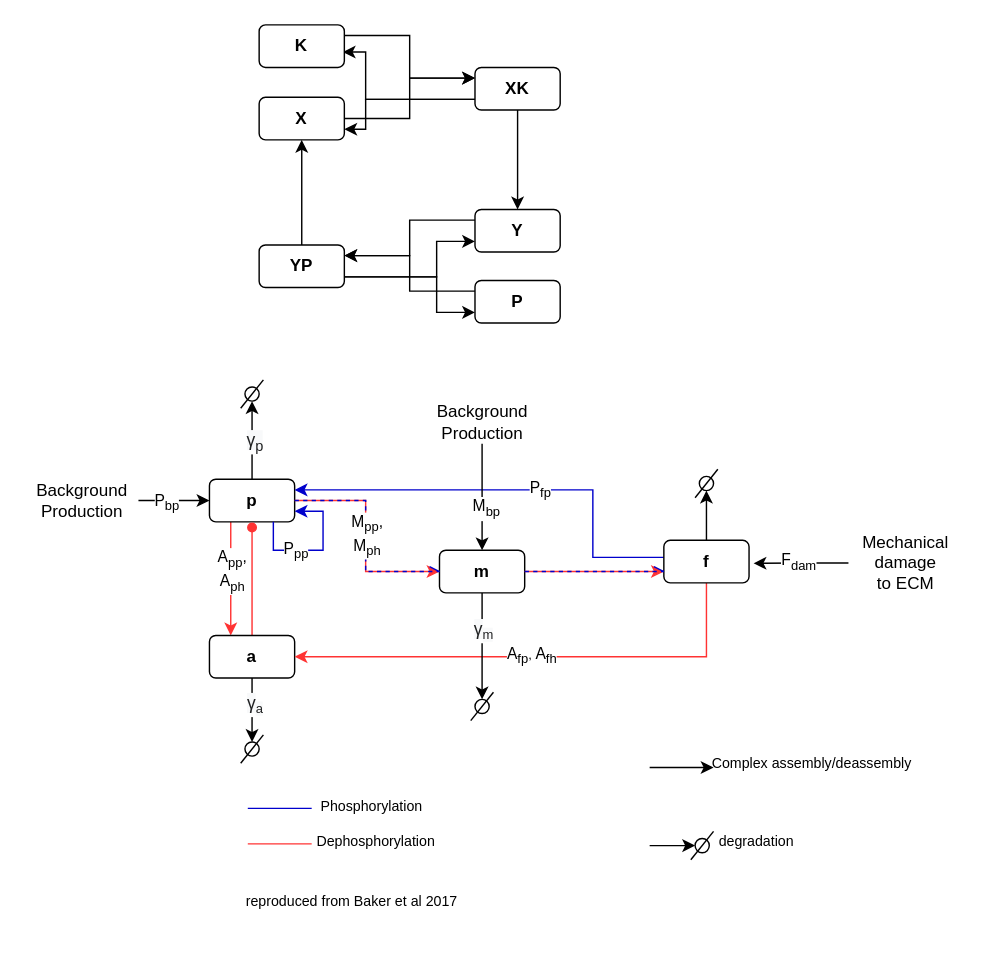
Before: diagrams/Model1.drawio in explodecomputer/DynaMR, a draw.io diagram. Source tidied: cells renumbered, new cells numbered last; positions are measured from the earlier drawing's top-left corner, leaving out a move shared by most shapes. Both pictures are drawn from the tidied source at 142%, with x=0, y=0 at pixel (24, 24).
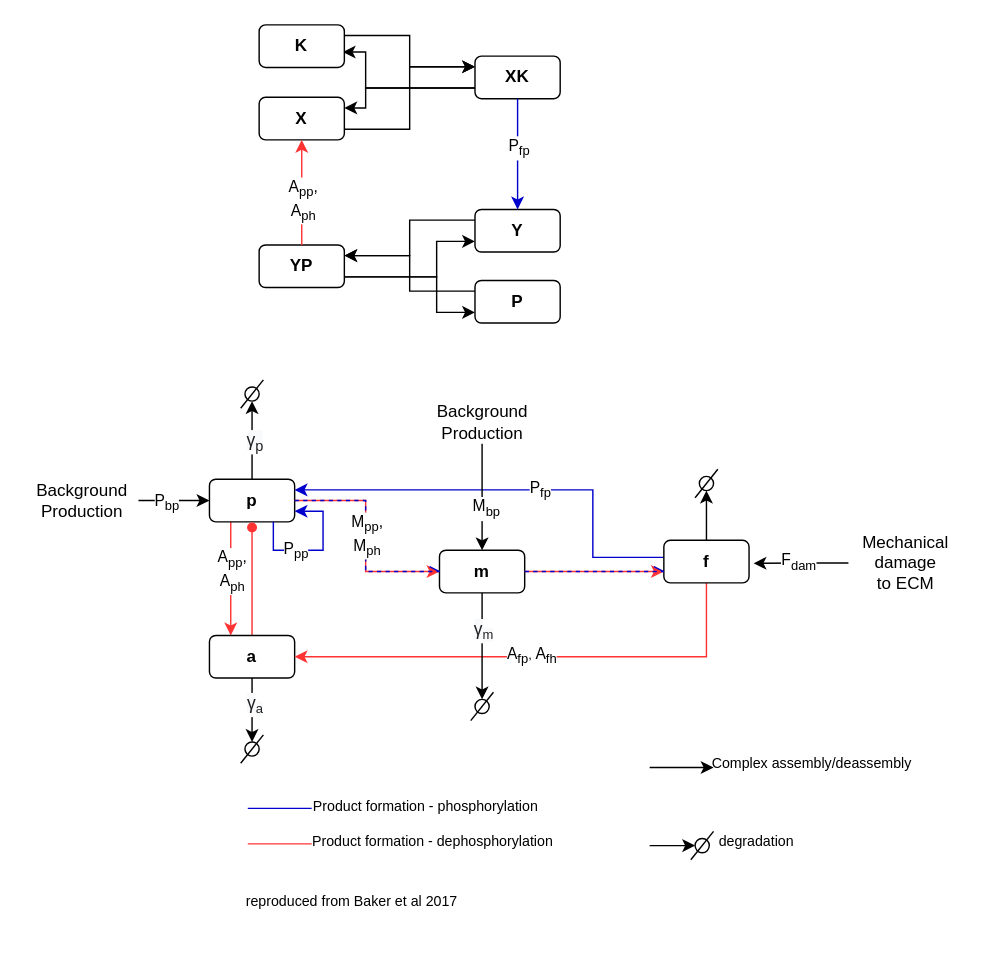
The same page after the edit.

Unchanged cells that the change refers to:
```xml
<mxCell id="56" value="&lt;b&gt;X&lt;/b&gt;" style="rounded=1;whiteSpace=wrap;html=1;" parent="1" vertex="1">
  <mxGeometry x="165" y="51" width="60" height="30" as="geometry" />
</mxCell>
<mxCell id="64" value="&lt;b&gt;YP&lt;/b&gt;" style="rounded=1;whiteSpace=wrap;html=1;" parent="1" vertex="1">
  <mxGeometry x="165" y="155" width="60" height="30" as="geometry" />
</mxCell>
<mxCell id="66" value="&lt;b&gt;Y&lt;/b&gt;" style="rounded=1;whiteSpace=wrap;html=1;" parent="1" vertex="1">
  <mxGeometry x="317" y="130" width="60" height="30" as="geometry" />
</mxCell>
<mxCell id="68" value="&lt;b&gt;K&lt;/b&gt;" style="rounded=1;whiteSpace=wrap;html=1;" parent="1" vertex="1">
  <mxGeometry x="165" width="60" height="30" as="geometry" />
</mxCell>
```

Diff of the diagram source:
```diff
@@
-    <mxCell id="42" value="&lt;div class=&quot;page&quot; title=&quot;Page 1&quot;&gt;&lt;div class=&quot;section&quot; style=&quot;background-color: rgb(255 , 255 , 255)&quot;&gt;&lt;div class=&quot;layoutArea&quot;&gt;&lt;div class=&quot;column&quot;&gt;&lt;p&gt;&lt;span style=&quot;font-family: &amp;#34;calibri&amp;#34;&quot;&gt;&lt;font style=&quot;font-size: 10px&quot;&gt;Phosphorylation&lt;/font&gt;&lt;/span&gt;&lt;/p&gt;&lt;/div&gt;&lt;/div&gt;&lt;/div&gt;&lt;/div&gt;" style="text;html=1;align=center;verticalAlign=middle;strokeColor=none;" parent="1" vertex="1">
-      <mxGeometry x="204" y="530" width="80" height="40" as="geometry" />
+    <mxCell id="42" value="&lt;div class=&quot;page&quot; title=&quot;Page 1&quot;&gt;&lt;div class=&quot;section&quot; style=&quot;background-color: rgb(255 , 255 , 255)&quot;&gt;&lt;div class=&quot;layoutArea&quot;&gt;&lt;div class=&quot;column&quot;&gt;&lt;p&gt;&lt;span style=&quot;font-family: &amp;#34;calibri&amp;#34;&quot;&gt;&lt;font style=&quot;font-size: 10px&quot;&gt;Product formation - phosphorylation&lt;/font&gt;&lt;/span&gt;&lt;/p&gt;&lt;/div&gt;&lt;/div&gt;&lt;/div&gt;&lt;/div&gt;" style="text;html=1;align=center;verticalAlign=middle;strokeColor=none;" parent="1" vertex="1">
+      <mxGeometry x="202" y="530" width="160" height="40" as="geometry" />
     </mxCell>
-    <mxCell id="43" value="&lt;div class=&quot;page&quot; title=&quot;Page 1&quot;&gt;&lt;div class=&quot;section&quot; style=&quot;background-color: rgb(255 , 255 , 255)&quot;&gt;&lt;div class=&quot;layoutArea&quot;&gt;&lt;div class=&quot;column&quot;&gt;&lt;p&gt;&lt;span style=&quot;font-family: &amp;#34;calibri&amp;#34;&quot;&gt;&lt;font style=&quot;font-size: 10px&quot;&gt;Dephosphorylation&lt;/font&gt;&lt;/span&gt;&lt;/p&gt;&lt;/div&gt;&lt;/div&gt;&lt;/div&gt;&lt;/div&gt;" style="text;html=1;align=center;verticalAlign=middle;strokeColor=none;" parent="1" vertex="1">
-      <mxGeometry x="202" y="555" width="90" height="40" as="geometry" />
+    <mxCell id="43" value="&lt;div class=&quot;page&quot; title=&quot;Page 1&quot;&gt;&lt;div class=&quot;section&quot; style=&quot;background-color: rgb(255 , 255 , 255)&quot;&gt;&lt;div class=&quot;layoutArea&quot;&gt;&lt;div class=&quot;column&quot;&gt;&lt;p&gt;&lt;span style=&quot;font-family: &amp;#34;calibri&amp;#34; ; font-size: 10px&quot;&gt;Product formation -&lt;/span&gt;&lt;span style=&quot;font-family: &amp;#34;calibri&amp;#34; ; font-size: 10px&quot;&gt;&amp;nbsp;d&lt;/span&gt;&lt;span style=&quot;font-family: &amp;#34;calibri&amp;#34;&quot;&gt;&lt;font style=&quot;font-size: 10px&quot;&gt;ephosphorylation&lt;/font&gt;&lt;/span&gt;&lt;/p&gt;&lt;/div&gt;&lt;/div&gt;&lt;/div&gt;&lt;/div&gt;" style="text;html=1;align=center;verticalAlign=middle;strokeColor=none;" parent="1" vertex="1">
+      <mxGeometry x="202" y="555" width="170" height="40" as="geometry" />
     </mxCell>
@@
-    <mxCell id="55" style="edgeStyle=orthogonalEdgeStyle;rounded=0;jettySize=auto;html=1;exitX=1;exitY=0.5;exitDx=0;exitDy=0;entryX=0;entryY=0.25;entryDx=0;entryDy=0;" parent="1" edge="1" source="56" target="60">
+    <mxCell id="55" style="edgeStyle=orthogonalEdgeStyle;rounded=0;jettySize=auto;html=1;exitX=1;exitY=0.75;exitDx=0;exitDy=0;entryX=0;entryY=0.25;entryDx=0;entryDy=0;" parent="1" edge="1" source="56" target="60">
       <mxGeometry relative="1" as="geometry" />
     </mxCell>
@@
-    <mxCell id="57" style="edgeStyle=orthogonalEdgeStyle;rounded=0;jettySize=auto;html=1;exitX=0.5;exitY=1;exitDx=0;exitDy=0;entryX=0.5;entryY=0;entryDx=0;entryDy=0;" parent="1" edge="1" source="60" target="66">
-      <mxGeometry relative="1" as="geometry" />
-    </mxCell>
     <mxCell id="58" style="edgeStyle=orthogonalEdgeStyle;rounded=0;jettySize=auto;html=1;exitX=0;exitY=0.75;exitDx=0;exitDy=0;entryX=0.981;entryY=0.638;entryDx=0;entryDy=0;entryPerimeter=0;" parent="1" edge="1" source="60" target="68">
       <mxGeometry relative="1" as="geometry">
         <Array as="points">
-          <mxPoint x="240" y="53" />
+          <mxPoint x="240" y="45" />
           <mxPoint x="240" y="19" />
         </Array>
       </mxGeometry>
     </mxCell>
-    <mxCell id="59" style="edgeStyle=orthogonalEdgeStyle;rounded=0;jettySize=auto;html=1;exitX=0;exitY=0.75;exitDx=0;exitDy=0;entryX=1;entryY=0.75;entryDx=0;entryDy=0;" parent="1" edge="1" source="60" target="56">
+    <mxCell id="59" style="edgeStyle=orthogonalEdgeStyle;rounded=0;jettySize=auto;html=1;exitX=0;exitY=0.75;exitDx=0;exitDy=0;entryX=1;entryY=0.25;entryDx=0;entryDy=0;" parent="1" edge="1" source="60" target="56">
       <mxGeometry relative="1" as="geometry">
         <Array as="points">
-          <mxPoint x="240" y="53" />
-          <mxPoint x="240" y="73" />
+          <mxPoint x="240" y="45" />
+          <mxPoint x="240" y="59" />
         </Array>
       </mxGeometry>
     </mxCell>
     <mxCell id="60" value="&lt;b&gt;XK&lt;/b&gt;" style="rounded=1;whiteSpace=wrap;html=1;" parent="1" vertex="1">
-      <mxGeometry x="317" y="30" width="60" height="30" as="geometry" />
+      <mxGeometry x="317" y="22" width="60" height="30" as="geometry" />
     </mxCell>
-    <mxCell id="61" style="edgeStyle=orthogonalEdgeStyle;rounded=0;jettySize=auto;html=1;exitX=0.5;exitY=0;exitDx=0;exitDy=0;entryX=0.5;entryY=1;entryDx=0;entryDy=0;" parent="1" edge="1" source="64" target="56">
-      <mxGeometry relative="1" as="geometry" />
-    </mxCell>
@@
+    <mxCell id="57" style="edgeStyle=orthogonalEdgeStyle;rounded=0;jettySize=auto;html=1;strokeColor=#0000CC;exitX=0.5;exitY=1;exitDx=0;exitDy=0;entryX=0.5;entryY=0;entryDx=0;entryDy=0;" parent="1" edge="1" source="60" target="66">
+      <mxGeometry relative="1" as="geometry" />
+    </mxCell>
+    <mxCell id="71" value="P&lt;sub&gt;fp&lt;/sub&gt;" style="edgeLabel;html=1;align=center;verticalAlign=middle;" parent="57" vertex="1">
+      <mxGeometry x="-0.12" relative="1" as="geometry" />
+    </mxCell>
+    <mxCell id="61" style="edgeStyle=orthogonalEdgeStyle;rounded=0;jettySize=auto;html=1;exitX=0.5;exitY=0;exitDx=0;exitDy=0;entryX=0.5;entryY=1;entryDx=0;entryDy=0;strokeColor=#FF3333;" parent="1" edge="1" source="64" target="56">
+      <mxGeometry relative="1" as="geometry" />
+    </mxCell>
+    <mxCell id="72" value="A&lt;sub&gt;pp&lt;/sub&gt;,&lt;br&gt;A&lt;sub&gt;ph&lt;/sub&gt;" style="edgeLabel;html=1;align=center;verticalAlign=middle;" parent="61" vertex="1">
+      <mxGeometry x="-0.14" relative="1" as="geometry" />
+    </mxCell>
```
